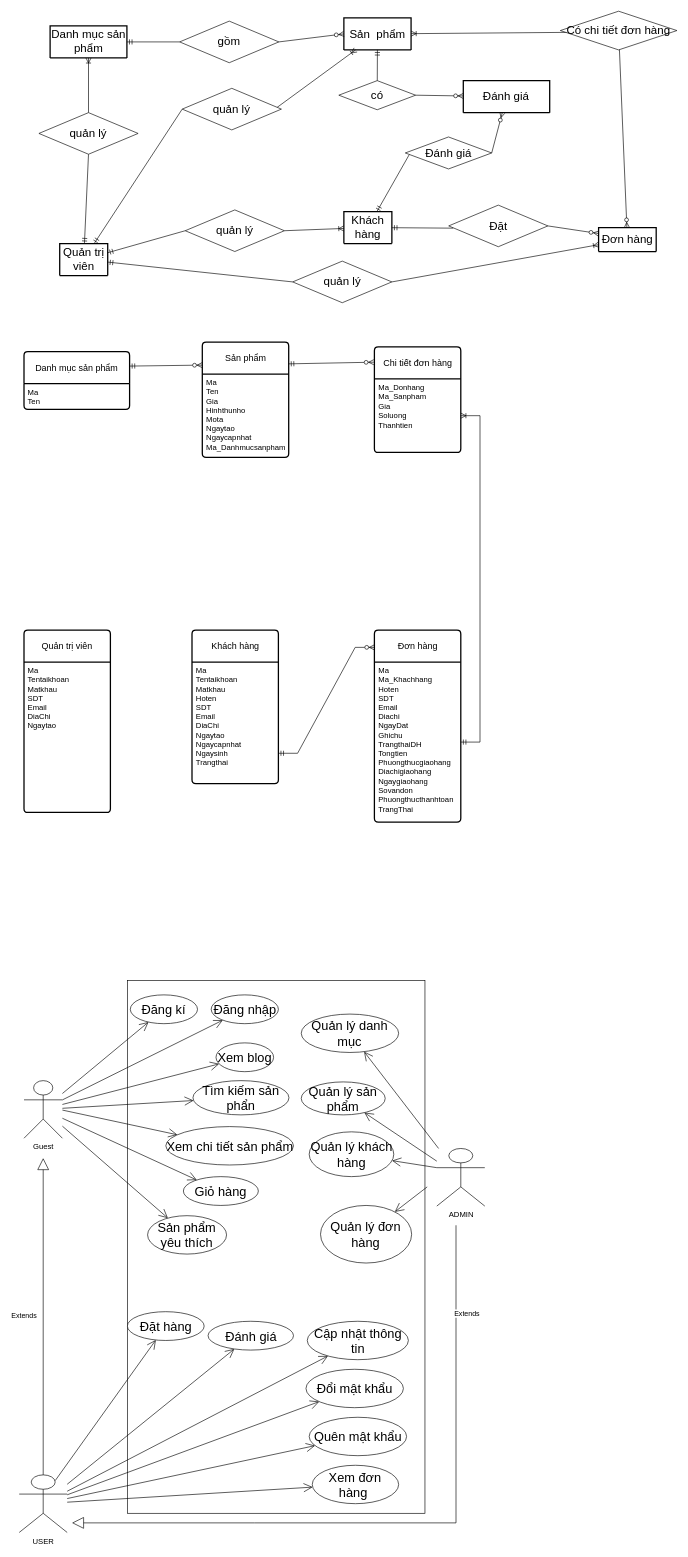
This is luoc Do.drawio from vrain1642002/specialized-projects, a draw.io file, before an edit. Source tidied: cells renumbered, new cells numbered last; positions are measured from the earlier drawing's top-left corner, leaving out a move shared by most shapes. Both pictures are drawn from the tidied source at 64%, with x=0, y=0 at pixel (19, 11).
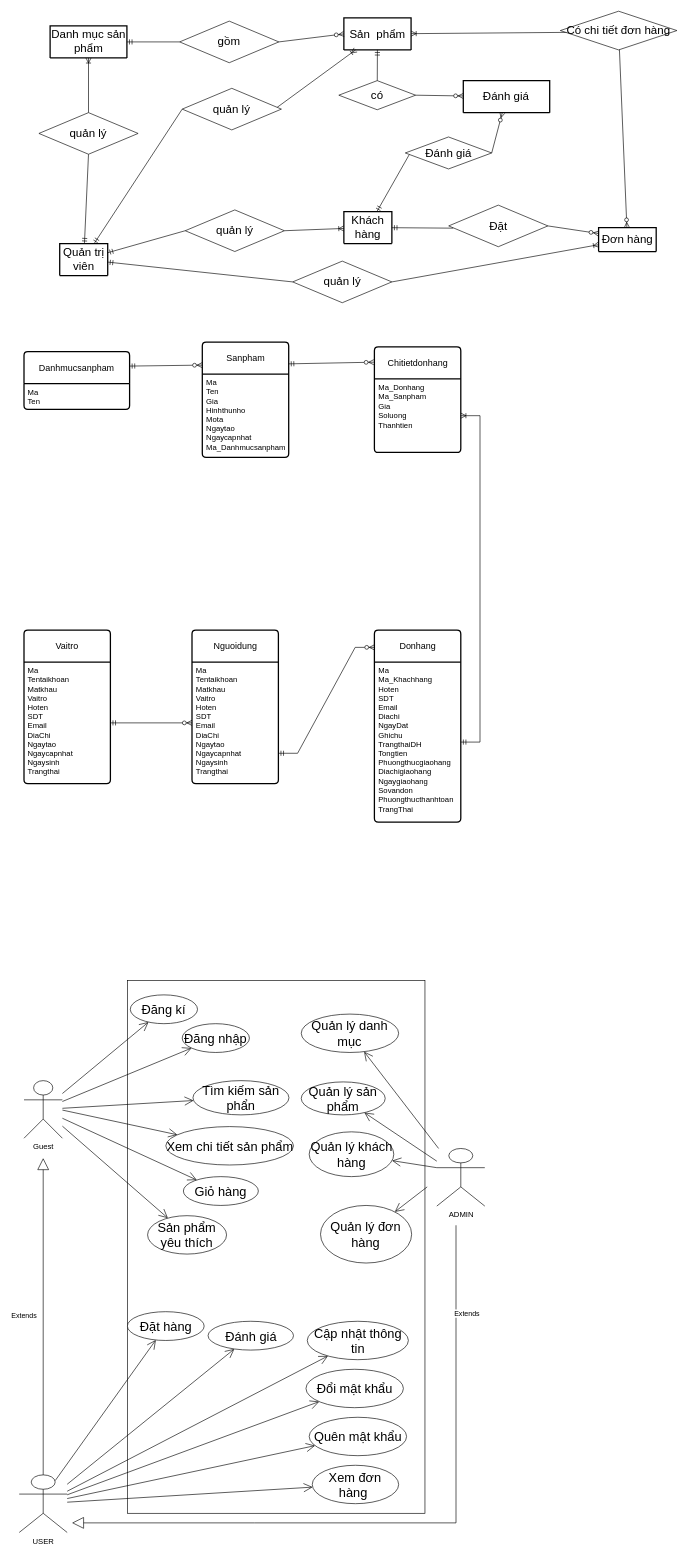
The same diagram, later.

The change refers to these unchanged cells:
```xml
<mxCell id="22" value="Guest" style="shape=umlActor;verticalLabelPosition=bottom;verticalAlign=top;html=1;outlineConnect=0;" parent="1" vertex="1">
  <mxGeometry x="7" y="1671" width="60" height="90" as="geometry" />
</mxCell>
```

Diff of the diagram source:
```diff
@@
-    <mxCell id="3" value="Danh mục sản phẩm" style="swimlane;horizontal=1;startSize=50;rounded=1;fontSize=14;fontStyle=0;strokeWidth=2;shadow=0;dashed=0;align=center;arcSize=4;whiteSpace=wrap;html=1;" parent="1" vertex="1">
+    <mxCell id="3" value="Danhmucsanpham" style="swimlane;horizontal=1;startSize=50;rounded=1;fontSize=14;fontStyle=0;strokeWidth=2;shadow=0;dashed=0;align=center;arcSize=4;whiteSpace=wrap;html=1;" parent="1" vertex="1">
       <mxGeometry x="7" y="532" width="165" height="90" as="geometry" />
     </mxCell>
@@
-    <mxCell id="5" value="Quản trị viên" style="swimlane;horizontal=1;startSize=50;rounded=1;fontSize=14;fontStyle=0;strokeWidth=2;shadow=0;dashed=0;align=center;arcSize=4;whiteSpace=wrap;html=1;" parent="1" vertex="1">
-      <mxGeometry x="7" y="967" width="135" height="285" as="geometry" />
-    </mxCell>
-    <mxCell id="6" value="Ma&lt;br&gt;Tentaikhoan&lt;br&gt;Matkhau&lt;br&gt;SDT&lt;br&gt;Email&lt;br&gt;DiaChi&lt;br&gt;Ngaytao" style="align=left;strokeColor=none;fillColor=none;spacingLeft=4;fontSize=12;verticalAlign=top;html=1;" parent="5" vertex="1">
-      <mxGeometry y="50" width="135" height="235" as="geometry" />
-    </mxCell>
-    <mxCell id="7" value="Sản phẩm" style="swimlane;horizontal=1;startSize=50;rounded=1;fontSize=14;fontStyle=0;strokeWidth=2;shadow=0;dashed=0;align=center;arcSize=4;whiteSpace=wrap;html=1;" parent="1" vertex="1">
+    <mxCell id="7" value="Sanpham" style="swimlane;horizontal=1;startSize=50;rounded=1;fontSize=14;fontStyle=0;strokeWidth=2;shadow=0;dashed=0;align=center;arcSize=4;whiteSpace=wrap;html=1;" parent="1" vertex="1">
       <mxGeometry x="285.6" y="517" width="135" height="180" as="geometry" />
     </mxCell>
@@
-    <mxCell id="9" value="Chi tiết đơn hàng" style="swimlane;horizontal=1;startSize=50;rounded=1;fontSize=14;fontStyle=0;strokeWidth=2;shadow=0;dashed=0;align=center;arcSize=4;whiteSpace=wrap;html=1;" parent="1" vertex="1">
+    <mxCell id="9" value="Chitietdonhang" style="swimlane;horizontal=1;startSize=50;rounded=1;fontSize=14;fontStyle=0;strokeWidth=2;shadow=0;dashed=0;align=center;arcSize=4;whiteSpace=wrap;html=1;" parent="1" vertex="1">
       <mxGeometry x="554.5" y="524.5" width="135" height="165" as="geometry" />
     </mxCell>
@@
-    <mxCell id="11" value="Khách hàng" style="swimlane;horizontal=1;startSize=50;rounded=1;fontSize=14;fontStyle=0;strokeWidth=2;shadow=0;dashed=0;align=center;arcSize=4;whiteSpace=wrap;html=1;" parent="1" vertex="1">
+    <mxCell id="11" value="Nguoidung" style="swimlane;horizontal=1;startSize=50;rounded=1;fontSize=14;fontStyle=0;strokeWidth=2;shadow=0;dashed=0;align=center;arcSize=4;whiteSpace=wrap;html=1;" parent="1" vertex="1">
       <mxGeometry x="269.5" y="967" width="135" height="240" as="geometry" />
     </mxCell>
-    <mxCell id="12" value="Ma&lt;br&gt;Tentaikhoan&lt;br&gt;Matkhau&lt;br&gt;Hoten&lt;br&gt;SDT&lt;br&gt;Email&lt;br&gt;DiaChi&lt;br&gt;Ngaytao&lt;br&gt;Ngaycapnhat&lt;br&gt;Ngaysinh&lt;br&gt;Trangthai" style="align=left;strokeColor=none;fillColor=none;spacingLeft=4;fontSize=12;verticalAlign=top;html=1;" parent="11" vertex="1">
+    <mxCell id="12" value="Ma&lt;br&gt;Tentaikhoan&lt;br&gt;Matkhau&lt;br&gt;Vaitro&lt;br&gt;Hoten&lt;br&gt;SDT&lt;br&gt;Email&lt;br&gt;DiaChi&lt;br&gt;Ngaytao&lt;br&gt;Ngaycapnhat&lt;br&gt;Ngaysinh&lt;br&gt;Trangthai" style="align=left;strokeColor=none;fillColor=none;spacingLeft=4;fontSize=12;verticalAlign=top;html=1;" parent="11" vertex="1">
       <mxGeometry y="50" width="135" height="190" as="geometry" />
     </mxCell>
-    <mxCell id="13" value="Đơn hàng&lt;br&gt;" style="swimlane;horizontal=1;startSize=50;rounded=1;fontSize=14;fontStyle=0;strokeWidth=2;shadow=0;dashed=0;align=center;arcSize=4;whiteSpace=wrap;html=1;" parent="1" vertex="1">
+    <mxCell id="13" value="Donhang" style="swimlane;horizontal=1;startSize=50;rounded=1;fontSize=14;fontStyle=0;strokeWidth=2;shadow=0;dashed=0;align=center;arcSize=4;whiteSpace=wrap;html=1;" parent="1" vertex="1">
       <mxGeometry x="554.5" y="967" width="135" height="300" as="geometry" />
     </mxCell>
@@
     <mxCell id="26" value="Đăng nhập" style="ellipse;whiteSpace=wrap;html=1;fontSize=20;" parent="1" vertex="1">
-      <mxGeometry x="299.5" y="1537" width="105" height="45" as="geometry" />
+      <mxGeometry x="254.2" y="1582" width="105" height="45" as="geometry" />
     </mxCell>
@@
-    <mxCell id="32" value="Xem blog&lt;br&gt;" style="ellipse;whiteSpace=wrap;html=1;fontSize=20;" parent="1" vertex="1">
-      <mxGeometry x="307" y="1612" width="90" height="45" as="geometry" />
-    </mxCell>
-    <mxCell id="33" style="endArrow=open;endFill=1;endSize=12;html=1;rounded=0;" parent="1" edge="1" source="22" target="32">
-      <mxGeometry relative="1" as="geometry" />
-    </mxCell>
@@
+    <mxCell id="91" value="Vaitro" style="swimlane;horizontal=1;startSize=50;rounded=1;fontSize=14;fontStyle=0;strokeWidth=2;shadow=0;dashed=0;align=center;arcSize=4;whiteSpace=wrap;html=1;" parent="1" vertex="1">
+      <mxGeometry x="7" y="967" width="135" height="240" as="geometry" />
+    </mxCell>
+    <mxCell id="92" value="Ma&lt;br&gt;Tentaikhoan&lt;br&gt;Matkhau&lt;br&gt;Vaitro&lt;br&gt;Hoten&lt;br&gt;SDT&lt;br&gt;Email&lt;br&gt;DiaChi&lt;br&gt;Ngaytao&lt;br&gt;Ngaycapnhat&lt;br&gt;Ngaysinh&lt;br&gt;Trangthai" style="align=left;strokeColor=none;fillColor=none;spacingLeft=4;fontSize=12;verticalAlign=top;html=1;" parent="91" vertex="1">
+      <mxGeometry y="50" width="135" height="190" as="geometry" />
+    </mxCell>
+    <mxCell id="93" style="fontSize=12;html=1;endArrow=ERzeroToMany;startArrow=ERmandOne;rounded=0;exitX=1;exitY=0.5;exitDx=0;exitDy=0;" parent="1" edge="1" source="92" target="12">
+      <mxGeometry relative="1" as="geometry" />
+    </mxCell>
```
